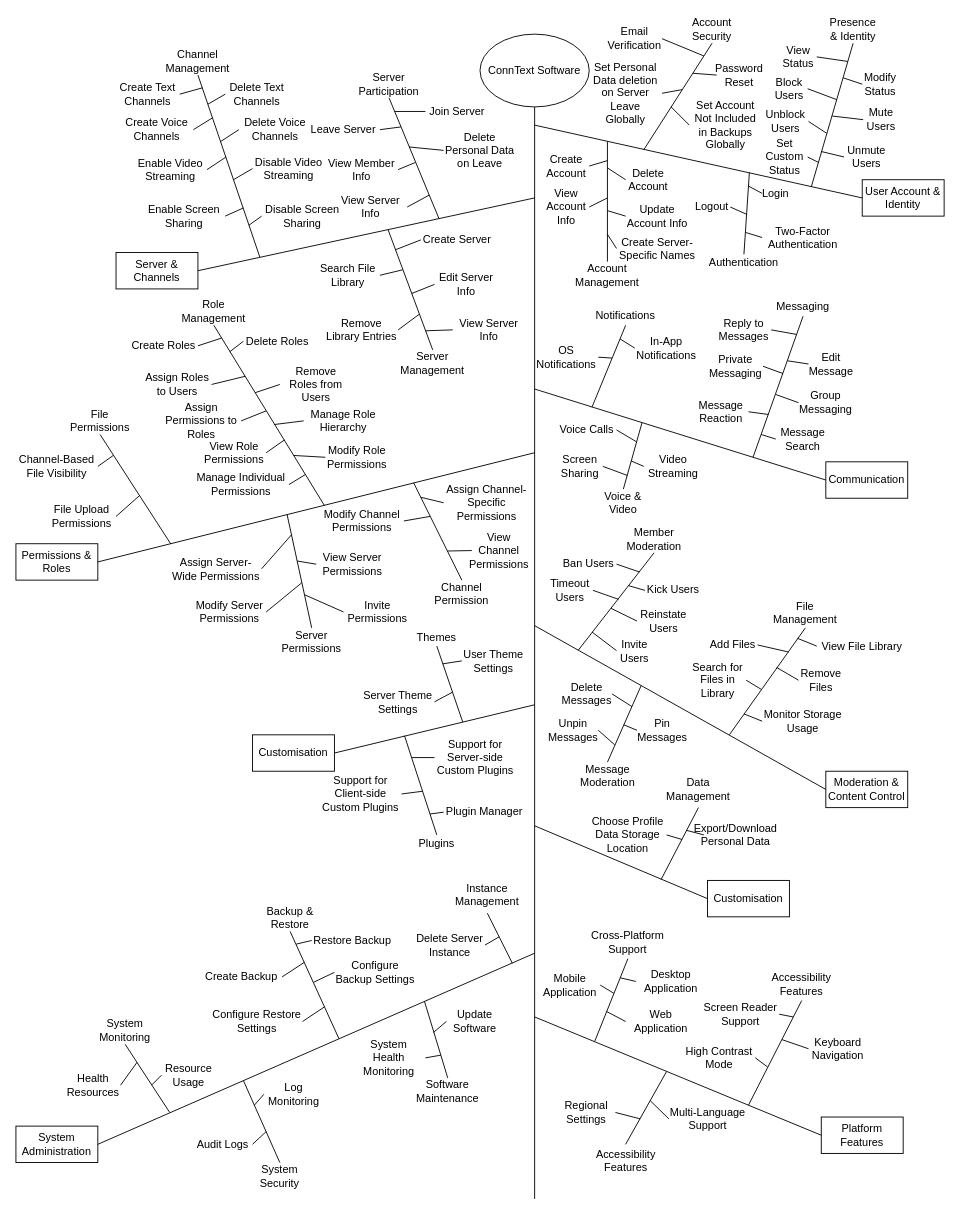
Earlier version of the draw.io diagram Diagrams/FeatureTree.drawio (Mx-Angel/ConnText-Docs). Source tidied: cells renumbered, new cells numbered last; positions are measured from the earlier drawing's top-left corner, leaving out a move shared by most shapes. Both pictures are drawn from the tidied source at 91%, with x=0, y=0 at pixel (15, 15).
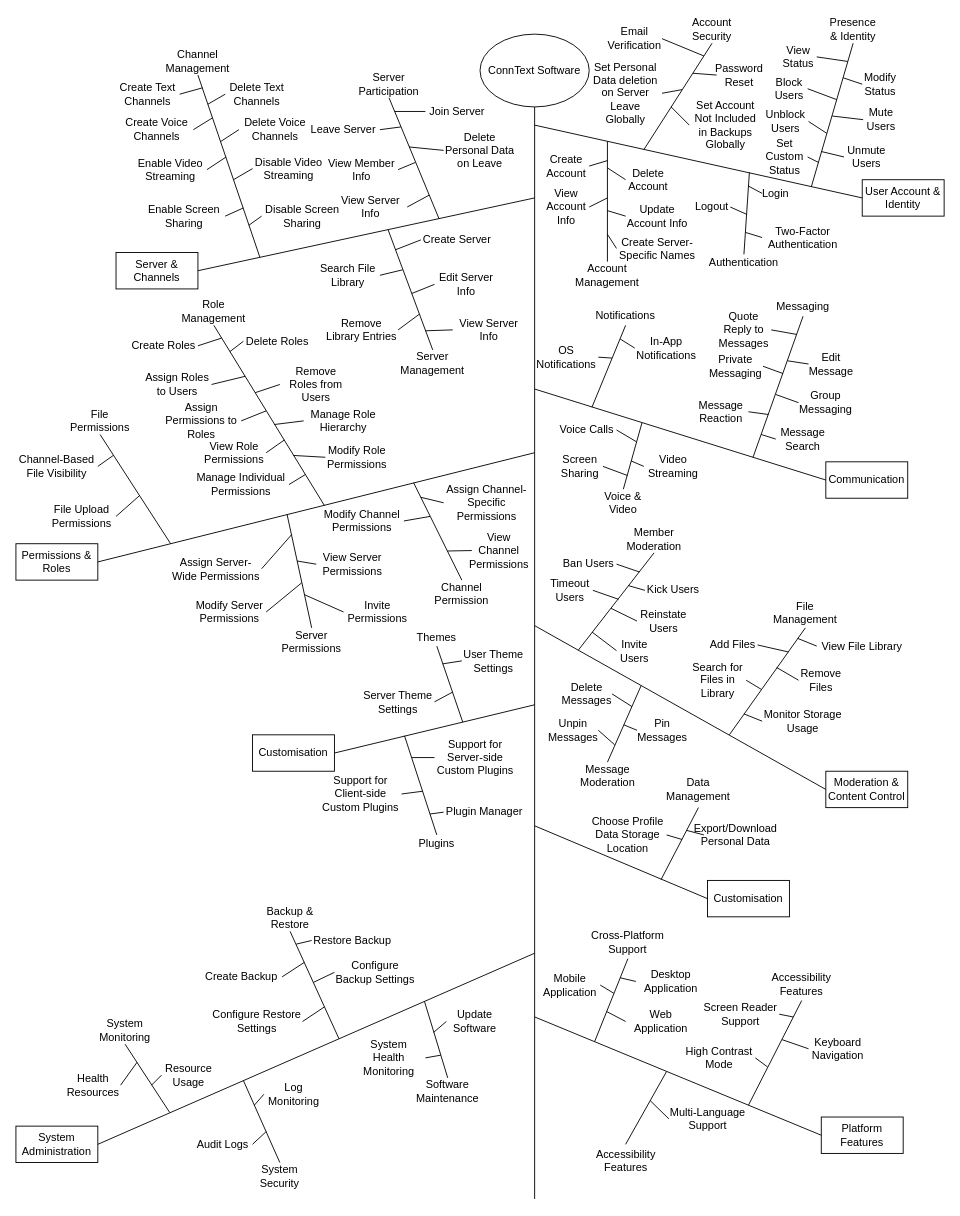
After the change.

Commit message (it also covers changes not shown here):
Add TaskPrioritisation.md + feature tree modification

The edit, as a diff of the source:
```diff
@@
-    <mxCell id="180" value="Reply to Messages" style="text;html=1;align=center;verticalAlign=middle;whiteSpace=wrap;rounded=0;" parent="1" vertex="1">
+    <mxCell id="180" value="Quote Reply to Messages" style="text;html=1;align=center;verticalAlign=middle;whiteSpace=wrap;rounded=0;" parent="1" vertex="1">
       <mxGeometry x="770" y="332.5" width="60" height="25" as="geometry" />
     </mxCell>
@@
-    <mxCell id="232" value="Instance Management" style="text;html=1;align=center;verticalAlign=middle;whiteSpace=wrap;rounded=0;" parent="1" vertex="1">
-      <mxGeometry x="473" y="946" width="90" height="40" as="geometry" />
-    </mxCell>
-    <mxCell id="233" style="endArrow=none;html=1;rounded=0;entryX=0.5;entryY=1;entryDx=0;entryDy=0;" parent="1" edge="1" target="232">
-      <mxGeometry relative="1" as="geometry">
-        <mxPoint x="545.5" y="1041" as="sourcePoint" />
-      </mxGeometry>
-    </mxCell>
-    <mxCell id="234" value="Delete Server Instance" style="text;html=1;align=center;verticalAlign=middle;whiteSpace=wrap;rounded=0;" parent="1" vertex="1">
-      <mxGeometry x="438" y="1006" width="77.5" height="30" as="geometry" />
-    </mxCell>
-    <mxCell id="235" style="endArrow=none;html=1;rounded=0;exitX=1;exitY=0.5;exitDx=0;exitDy=0;" parent="1" edge="1" source="234">
-      <mxGeometry relative="1" as="geometry">
-        <mxPoint x="531" y="1012" as="targetPoint" />
-      </mxGeometry>
-    </mxCell>
@@
-    <mxCell id="286" value="Regional Settings" style="text;html=1;align=center;verticalAlign=middle;whiteSpace=wrap;rounded=0;fontStyle=0;" parent="1" vertex="1">
-      <mxGeometry x="595" y="1190" width="63.8" height="30" as="geometry" />
-    </mxCell>
-    <mxCell id="287" style="endArrow=none;html=1;rounded=0;entryX=1;entryY=0.5;entryDx=0;entryDy=0;" parent="1" edge="1" target="286">
-      <mxGeometry relative="1" as="geometry">
-        <mxPoint x="686" y="1212" as="sourcePoint" />
-      </mxGeometry>
-    </mxCell>
```
